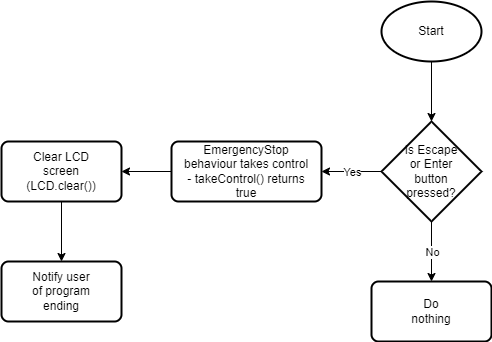
XLmT09/Bunny-Robot keeps this draw.io diagram as Final submission/EmergencyStopControlFlow.png. Above is the earlier version. Source tidied: cells renumbered, new cells last; positions are measured from the earlier drawing's top-left corner, leaving out a move shared by most shapes.
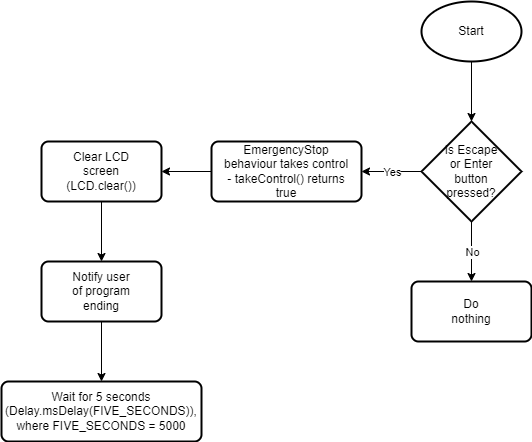
After the commit.

What changed in the source:
```diff
@@ -74,5 +74,14 @@
     <mxCell id="25" value="Notify user of program ending" style="text;html=1;strokeColor=none;fillColor=none;align=center;verticalAlign=middle;whiteSpace=wrap;rounded=0;hachureGap=4;" parent="23" vertex="1">
       <mxGeometry x="30" y="15" width="60" height="30" as="geometry" />
     </mxCell>
+    <mxCell id="26" style="rounded=1;whiteSpace=wrap;html=1;absoluteArcSize=1;arcSize=14;strokeWidth=2;hachureGap=4;" parent="1" vertex="1">
+      <mxGeometry x="-40" y="380" width="200" height="60" as="geometry" />
+    </mxCell>
+    <mxCell id="27" value="Wait for 5 seconds (Delay.msDelay(FIVE_SECONDS)), where FIVE_SECONDS = 5000" style="text;html=1;strokeColor=none;fillColor=none;align=center;verticalAlign=middle;whiteSpace=wrap;rounded=0;hachureGap=4;" parent="1" vertex="1">
+      <mxGeometry x="30" y="395" width="60" height="30" as="geometry" />
+    </mxCell>
+    <mxCell id="28" style="endArrow=classic;html=1;rounded=0;sourcePerimeterSpacing=8;targetPerimeterSpacing=8;curved=1;entryX=0.5;entryY=0;entryDx=0;entryDy=0;exitX=0.5;exitY=1;exitDx=0;exitDy=0;" parent="1" edge="1" source="24" target="26">
+      <mxGeometry relative="1" as="geometry" />
+    </mxCell>
   </root>
 </mxGraphModel>
```
